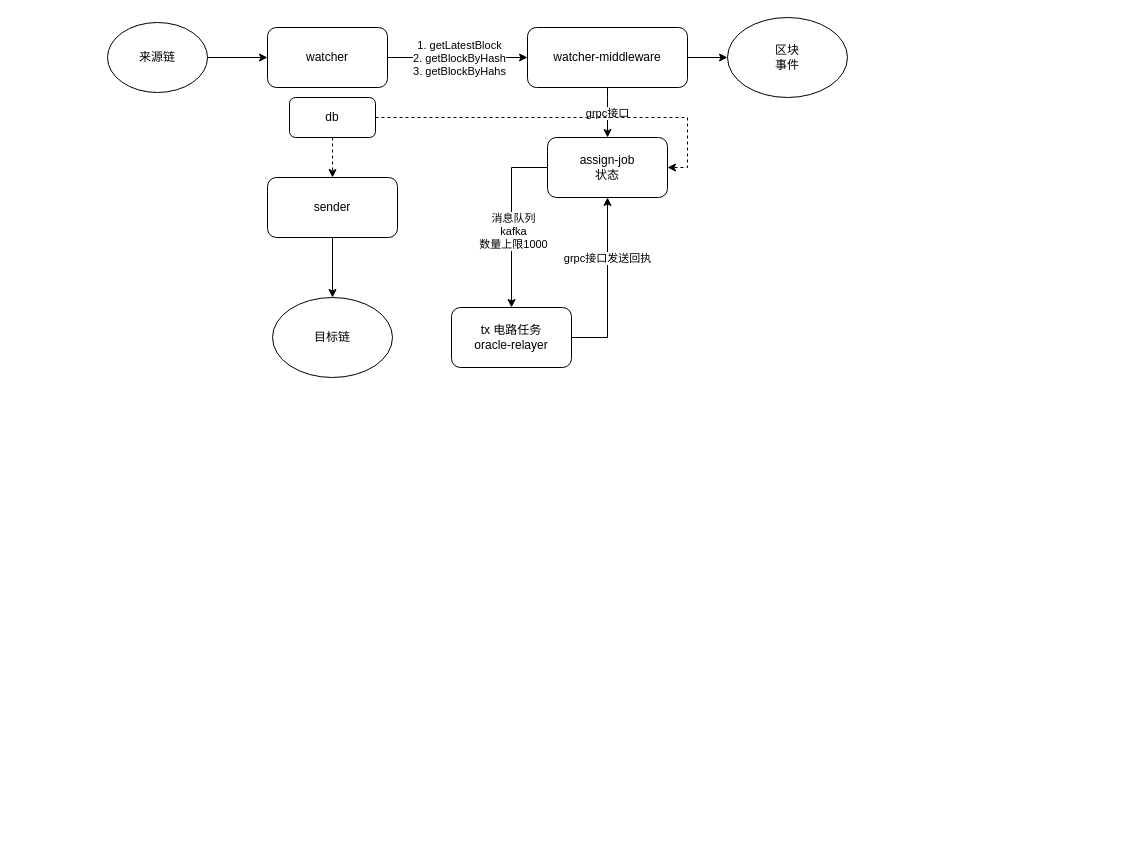
Before: refactor-relayer.drawio in chixiaowen/drawio, a draw.io diagram. Source tidied: cells renumbered, new cells numbered last; positions are measured from the earlier drawing's top-left corner, leaving out a move shared by most shapes. Both pictures are drawn from the tidied source at 100%, with x=0, y=0 at pixel (107, 17).
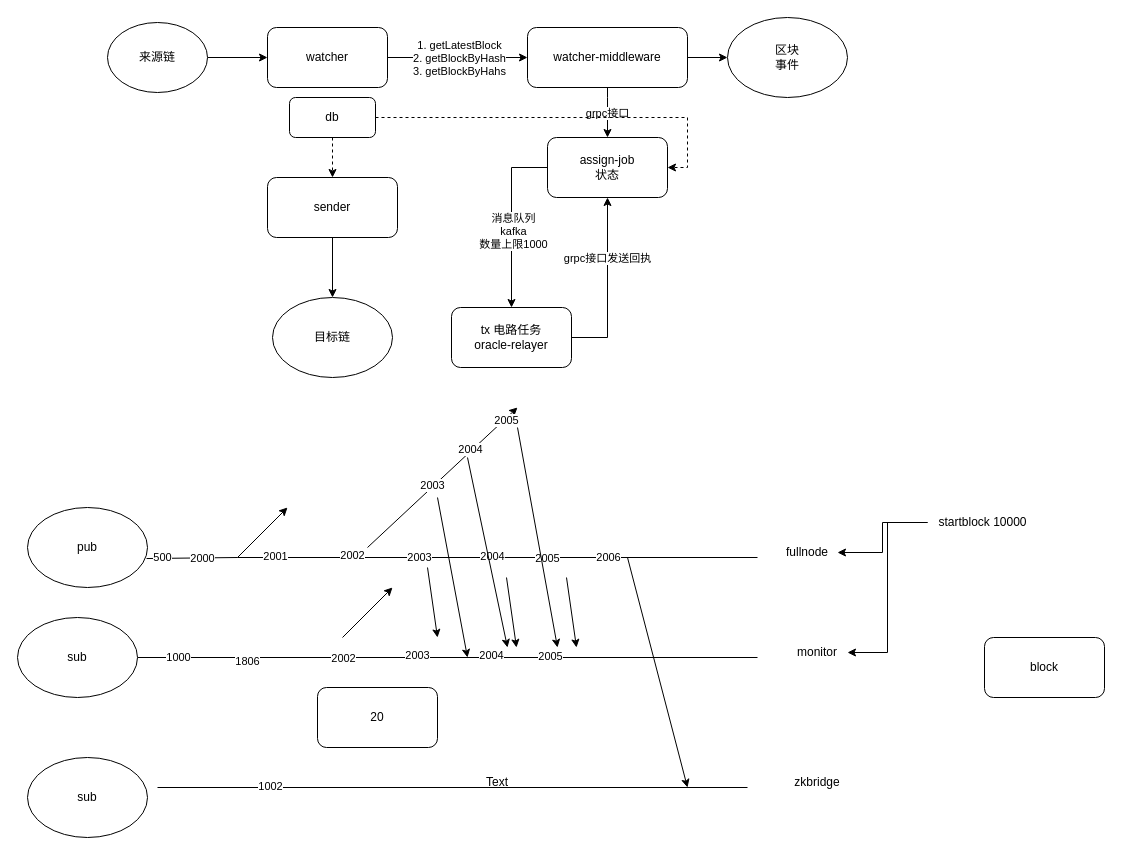
Above is the later version.

What changed in the source:
```diff
@@
+    <mxCell id="24" style="endArrow=none;html=1;rounded=0;exitX=0.992;exitY=0.638;exitDx=0;exitDy=0;exitPerimeter=0;" parent="1" edge="1" source="57">
+      <mxGeometry relative="1" as="geometry">
+        <mxPoint x="650" y="540" as="targetPoint" />
+        <Array as="points">
+          <mxPoint x="130" y="540" />
+        </Array>
+      </mxGeometry>
+    </mxCell>
+    <mxCell id="25" value="2000" style="edgeLabel;html=1;align=center;verticalAlign=middle;" parent="24" vertex="1">
+      <mxGeometry x="-0.82" relative="1" as="geometry" />
+    </mxCell>
+    <mxCell id="26" value="2001" style="edgeLabel;html=1;align=center;verticalAlign=middle;" parent="24" vertex="1">
+      <mxGeometry x="-0.58" y="2" relative="1" as="geometry" />
+    </mxCell>
+    <mxCell id="27" value="2002" style="edgeLabel;html=1;align=center;verticalAlign=middle;" parent="24" vertex="1">
+      <mxGeometry x="-0.33" y="3" relative="1" as="geometry" />
+    </mxCell>
+    <mxCell id="28" value="2003" style="edgeLabel;html=1;align=center;verticalAlign=middle;" parent="24" vertex="1">
+      <mxGeometry x="-0.11" y="1" relative="1" as="geometry" />
+    </mxCell>
+    <mxCell id="29" value="2004" style="edgeLabel;html=1;align=center;verticalAlign=middle;" parent="24" vertex="1">
+      <mxGeometry x="0.13" y="2" relative="1" as="geometry" />
+    </mxCell>
+    <mxCell id="30" value="2005" style="edgeLabel;html=1;align=center;verticalAlign=middle;" parent="24" vertex="1">
+      <mxGeometry x="0.31" relative="1" as="geometry" />
+    </mxCell>
+    <mxCell id="31" value="500" style="edgeLabel;html=1;align=center;verticalAlign=middle;" parent="24" vertex="1">
+      <mxGeometry x="-0.95" y="1" relative="1" as="geometry" />
+    </mxCell>
+    <mxCell id="32" value="2006" style="edgeLabel;html=1;align=center;verticalAlign=middle;" parent="24" vertex="1">
+      <mxGeometry x="0.51" y="1" relative="1" as="geometry" />
+    </mxCell>
+    <mxCell id="33" style="endArrow=classic;html=1;rounded=0;" parent="1" edge="1">
+      <mxGeometry relative="1" as="geometry">
+        <mxPoint x="260" y="530" as="sourcePoint" />
+        <mxPoint x="410" y="390" as="targetPoint" />
+      </mxGeometry>
+    </mxCell>
+    <mxCell id="34" value="2005" style="edgeLabel;html=1;align=center;verticalAlign=middle;" parent="33" vertex="1">
+      <mxGeometry x="0.83" y="-1" relative="1" as="geometry" />
+    </mxCell>
+    <mxCell id="35" value="2004" style="edgeLabel;html=1;align=center;verticalAlign=middle;" parent="33" vertex="1">
+      <mxGeometry x="0.38" y="2" relative="1" as="geometry" />
+    </mxCell>
+    <mxCell id="36" value="2003" style="edgeLabel;html=1;align=center;verticalAlign=middle;" parent="33" vertex="1">
+      <mxGeometry x="-0.12" y="2" relative="1" as="geometry" />
+    </mxCell>
+    <mxCell id="37" value="fullnode" style="text;strokeColor=none;align=center;fillColor=none;html=1;verticalAlign=middle;whiteSpace=wrap;rounded=0;" parent="1" vertex="1">
+      <mxGeometry x="670" y="520" width="60" height="30" as="geometry" />
+    </mxCell>
+    <mxCell id="38" style="endArrow=none;html=1;rounded=0;exitX=1;exitY=0.5;exitDx=0;exitDy=0;" parent="1" edge="1" source="58">
+      <mxGeometry relative="1" as="geometry">
+        <mxPoint x="650" y="640" as="targetPoint" />
+      </mxGeometry>
+    </mxCell>
+    <mxCell id="39" value="2002" style="edgeLabel;html=1;align=center;verticalAlign=middle;" parent="38" vertex="1">
+      <mxGeometry x="-0.34" relative="1" as="geometry" />
+    </mxCell>
+    <mxCell id="40" value="2003" style="edgeLabel;html=1;align=center;verticalAlign=middle;" parent="38" vertex="1">
+      <mxGeometry x="-0.1" y="3" relative="1" as="geometry" />
+    </mxCell>
+    <mxCell id="41" value="2004" style="edgeLabel;html=1;align=center;verticalAlign=middle;" parent="38" vertex="1">
+      <mxGeometry x="0.14" y="3" relative="1" as="geometry" />
+    </mxCell>
+    <mxCell id="42" value="2005" style="edgeLabel;html=1;align=center;verticalAlign=middle;" parent="38" vertex="1">
+      <mxGeometry x="0.33" y="2" relative="1" as="geometry" />
+    </mxCell>
+    <mxCell id="43" value="1000" style="edgeLabel;html=1;align=center;verticalAlign=middle;" parent="38" vertex="1">
+      <mxGeometry x="-0.87" y="1" relative="1" as="geometry" />
+    </mxCell>
+    <mxCell id="44" value="1806" style="edgeLabel;html=1;align=center;verticalAlign=middle;" parent="38" vertex="1">
+      <mxGeometry x="-0.65" y="-3" relative="1" as="geometry" />
+    </mxCell>
+    <mxCell id="45" value="monitor" style="text;strokeColor=none;align=center;fillColor=none;html=1;verticalAlign=middle;whiteSpace=wrap;rounded=0;" parent="1" vertex="1">
+      <mxGeometry x="680" y="620" width="60" height="30" as="geometry" />
+    </mxCell>
+    <mxCell id="46" style="endArrow=none;html=1;rounded=0;" parent="1" edge="1">
+      <mxGeometry relative="1" as="geometry">
+        <mxPoint x="50" y="770" as="sourcePoint" />
+        <mxPoint x="640" y="770" as="targetPoint" />
+      </mxGeometry>
+    </mxCell>
+    <mxCell id="47" value="1002" style="edgeLabel;html=1;align=center;verticalAlign=middle;" parent="46" vertex="1">
+      <mxGeometry x="-0.62" y="2" relative="1" as="geometry" />
+    </mxCell>
+    <mxCell id="48" value="zkbridge" style="text;strokeColor=none;align=center;fillColor=none;html=1;verticalAlign=middle;whiteSpace=wrap;rounded=0;" parent="1" vertex="1">
+      <mxGeometry x="680" y="750" width="60" height="30" as="geometry" />
+    </mxCell>
+    <mxCell id="49" style="endArrow=classic;html=1;rounded=0;" parent="1" edge="1">
+      <mxGeometry relative="1" as="geometry">
+        <mxPoint x="330" y="480" as="sourcePoint" />
+        <mxPoint x="360" y="640" as="targetPoint" />
+      </mxGeometry>
+    </mxCell>
+    <mxCell id="50" style="endArrow=classic;html=1;rounded=0;" parent="1" edge="1">
+      <mxGeometry relative="1" as="geometry">
+        <mxPoint x="360" y="440" as="sourcePoint" />
+        <mxPoint x="400" y="630" as="targetPoint" />
+      </mxGeometry>
+    </mxCell>
+    <mxCell id="51" style="endArrow=classic;html=1;rounded=0;" parent="1" edge="1">
+      <mxGeometry relative="1" as="geometry">
+        <mxPoint x="410" y="410" as="sourcePoint" />
+        <mxPoint x="450" y="630" as="targetPoint" />
+      </mxGeometry>
+    </mxCell>
+    <mxCell id="52" style="endArrow=classic;html=1;rounded=0;" parent="1" edge="1">
+      <mxGeometry relative="1" as="geometry">
+        <mxPoint x="320" y="550" as="sourcePoint" />
+        <mxPoint x="330" y="620" as="targetPoint" />
+      </mxGeometry>
+    </mxCell>
+    <mxCell id="53" style="endArrow=classic;html=1;rounded=0;" parent="1" edge="1">
+      <mxGeometry relative="1" as="geometry">
+        <mxPoint x="399" y="560" as="sourcePoint" />
+        <mxPoint x="409" y="630" as="targetPoint" />
+      </mxGeometry>
+    </mxCell>
+    <mxCell id="54" style="endArrow=classic;html=1;rounded=0;" parent="1" edge="1">
+      <mxGeometry relative="1" as="geometry">
+        <mxPoint x="459" y="560" as="sourcePoint" />
+        <mxPoint x="469" y="630" as="targetPoint" />
+      </mxGeometry>
+    </mxCell>
+    <mxCell id="55" value="block" style="rounded=1;whiteSpace=wrap;html=1;" parent="1" vertex="1">
+      <mxGeometry x="877" y="620" width="120" height="60" as="geometry" />
+    </mxCell>
+    <mxCell id="56" style="endArrow=classic;html=1;rounded=0;" parent="1" edge="1">
+      <mxGeometry relative="1" as="geometry">
+        <mxPoint x="520" y="540" as="sourcePoint" />
+        <mxPoint x="580" y="770" as="targetPoint" />
+      </mxGeometry>
+    </mxCell>
+    <mxCell id="57" value="pub" style="ellipse;whiteSpace=wrap;html=1;" parent="1" vertex="1">
+      <mxGeometry x="-80" y="490" width="120" height="80" as="geometry" />
+    </mxCell>
+    <mxCell id="58" value="sub" style="ellipse;whiteSpace=wrap;html=1;" parent="1" vertex="1">
+      <mxGeometry x="-90" y="600" width="120" height="80" as="geometry" />
+    </mxCell>
+    <mxCell id="59" value="sub" style="ellipse;whiteSpace=wrap;html=1;" parent="1" vertex="1">
+      <mxGeometry x="-80" y="740" width="120" height="80" as="geometry" />
+    </mxCell>
+    <mxCell id="60" style="endArrow=classic;html=1;rounded=0;" parent="1" edge="1">
+      <mxGeometry relative="1" as="geometry">
+        <mxPoint x="235" y="620" as="sourcePoint" />
+        <mxPoint x="285" y="570" as="targetPoint" />
+      </mxGeometry>
+    </mxCell>
+    <mxCell id="61" value="20" style="rounded=1;whiteSpace=wrap;html=1;" parent="1" vertex="1">
+      <mxGeometry x="210" y="670" width="120" height="60" as="geometry" />
+    </mxCell>
+    <mxCell id="62" style="endArrow=classic;html=1;rounded=0;" parent="1" edge="1">
+      <mxGeometry relative="1" as="geometry">
+        <mxPoint x="130" y="540" as="sourcePoint" />
+        <mxPoint x="180" y="490" as="targetPoint" />
+      </mxGeometry>
+    </mxCell>
+    <mxCell id="63" value="Text" style="text;strokeColor=none;align=center;fillColor=none;html=1;verticalAlign=middle;whiteSpace=wrap;rounded=0;" parent="1" vertex="1">
+      <mxGeometry x="360" y="750" width="60" height="30" as="geometry" />
+    </mxCell>
+    <mxCell id="64" style="edgeStyle=orthogonalEdgeStyle;rounded=0;jettySize=auto;html=1;" parent="1" edge="1" source="66" target="37">
+      <mxGeometry relative="1" as="geometry" />
+    </mxCell>
+    <mxCell id="65" style="edgeStyle=orthogonalEdgeStyle;rounded=0;jettySize=auto;html=1;entryX=1;entryY=0.5;entryDx=0;entryDy=0;" parent="1" edge="1" source="66" target="45">
+      <mxGeometry relative="1" as="geometry" />
+    </mxCell>
+    <mxCell id="66" value="startblock 10000" style="text;html=1;align=center;verticalAlign=middle;points=[];strokeColor=none;fillColor=none;" parent="1" vertex="1">
+      <mxGeometry x="820" y="490" width="110" height="30" as="geometry" />
+    </mxCell>
```
